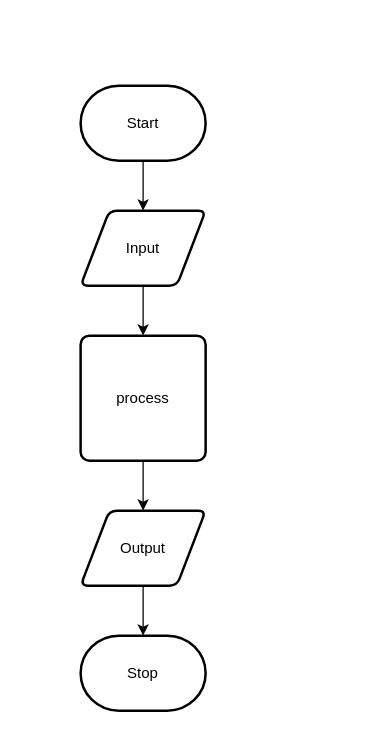
Chloe-Havel/ICS2O-Unit-5-06 keeps this draw.io diagram as design/flow-chart.drawio. Above is the earlier version. Source tidied: cells renumbered, new cells numbered last; positions are measured from the earlier drawing's top-left corner, leaving out a move shared by most shapes. Both pictures are drawn from the tidied source at 125%, with x=0, y=0 at pixel (80, 85).
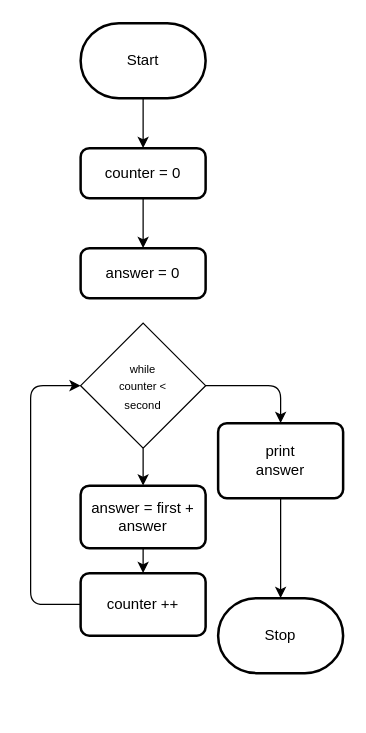
The same diagram, later.

Diff of the diagram source:
```diff
@@
 <mxGraphModel>
   <root>
     <mxCell id="0" />
     <mxCell id="1" parent="0" />
-    <mxCell id="2" style="edgeStyle=none;html=1;" parent="1" edge="1" source="3" target="5">
+    <mxCell id="2" style="edgeStyle=none;html=1;entryX=0.5;entryY=0;entryDx=0;entryDy=0;" parent="1" edge="1" source="3" target="19">
       <mxGeometry relative="1" as="geometry" />
     </mxCell>
     <mxCell id="3" value="Start" style="strokeWidth=2;html=1;shape=mxgraph.flowchart.terminator;whiteSpace=wrap;" parent="1" vertex="1">
-      <mxGeometry width="100" height="60" as="geometry" />
+      <mxGeometry y="-50" width="100" height="60" as="geometry" />
     </mxCell>
-    <mxCell id="4" style="edgeStyle=none;html=1;" parent="1" edge="1" source="5" target="7">
-      <mxGeometry relative="1" as="geometry" />
-    </mxCell>
-    <mxCell id="5" value="Input" style="shape=parallelogram;html=1;strokeWidth=2;perimeter=parallelogramPerimeter;whiteSpace=wrap;rounded=1;arcSize=12;size=0.23;" parent="1" vertex="1">
-      <mxGeometry y="100" width="100" height="60" as="geometry" />
-    </mxCell>
-    <mxCell id="6" style="edgeStyle=none;html=1;" parent="1" edge="1" source="7" target="9">
-      <mxGeometry relative="1" as="geometry" />
-    </mxCell>
-    <mxCell id="7" value="process" style="rounded=1;whiteSpace=wrap;html=1;absoluteArcSize=1;arcSize=14;strokeWidth=2;" parent="1" vertex="1">
-      <mxGeometry y="200" width="100" height="100" as="geometry" />
-    </mxCell>
-    <mxCell id="8" style="edgeStyle=none;html=1;" parent="1" edge="1" source="9" target="10">
-      <mxGeometry relative="1" as="geometry" />
-    </mxCell>
-    <mxCell id="9" value="Output" style="shape=parallelogram;html=1;strokeWidth=2;perimeter=parallelogramPerimeter;whiteSpace=wrap;rounded=1;arcSize=12;size=0.23;" parent="1" vertex="1">
-      <mxGeometry y="340" width="100" height="60" as="geometry" />
-    </mxCell>
     <mxCell id="10" value="Stop" style="strokeWidth=2;html=1;shape=mxgraph.flowchart.terminator;whiteSpace=wrap;" parent="1" vertex="1">
-      <mxGeometry y="440" width="100" height="60" as="geometry" />
+      <mxGeometry x="110" y="410" width="100" height="60" as="geometry" />
     </mxCell>
+    <mxCell id="11" style="edgeStyle=none;html=1;entryX=0.5;entryY=0;entryDx=0;entryDy=0;" parent="1" edge="1" source="13" target="15">
+      <mxGeometry relative="1" as="geometry" />
+    </mxCell>
+    <mxCell id="12" style="edgeStyle=none;html=1;entryX=0.5;entryY=0;entryDx=0;entryDy=0;" parent="1" edge="1" source="13" target="17">
+      <mxGeometry relative="1" as="geometry">
+        <Array as="points">
+          <mxPoint x="160" y="240" />
+        </Array>
+      </mxGeometry>
+    </mxCell>
+    <mxCell id="13" value="&lt;font style=&quot;font-size: 9px&quot;&gt;while&lt;br&gt;counter &amp;lt;&lt;br&gt;second&lt;br&gt;&lt;/font&gt;" style="rhombus;whiteSpace=wrap;html=1;" parent="1" vertex="1">
+      <mxGeometry y="190" width="100" height="100" as="geometry" />
+    </mxCell>
+    <mxCell id="14" style="edgeStyle=none;html=1;entryX=0.5;entryY=0;entryDx=0;entryDy=0;" parent="1" edge="1" source="15" target="22">
+      <mxGeometry relative="1" as="geometry" />
+    </mxCell>
+    <mxCell id="15" value="answer = first +&lt;br&gt;answer" style="rounded=1;whiteSpace=wrap;html=1;absoluteArcSize=1;arcSize=14;strokeWidth=2;" parent="1" vertex="1">
+      <mxGeometry y="320" width="100" height="50" as="geometry" />
+    </mxCell>
+    <mxCell id="16" style="edgeStyle=none;html=1;" parent="1" edge="1" source="17" target="10">
+      <mxGeometry relative="1" as="geometry" />
+    </mxCell>
+    <mxCell id="17" value="print&lt;br&gt;answer" style="rounded=1;whiteSpace=wrap;html=1;absoluteArcSize=1;arcSize=14;strokeWidth=2;" parent="1" vertex="1">
+      <mxGeometry x="110" y="270" width="100" height="60" as="geometry" />
+    </mxCell>
+    <mxCell id="18" style="edgeStyle=none;html=1;" parent="1" edge="1" source="19" target="20">
+      <mxGeometry relative="1" as="geometry" />
+    </mxCell>
+    <mxCell id="19" value="counter = 0" style="rounded=1;whiteSpace=wrap;html=1;absoluteArcSize=1;arcSize=14;strokeWidth=2;" parent="1" vertex="1">
+      <mxGeometry y="50" width="100" height="40" as="geometry" />
+    </mxCell>
+    <mxCell id="20" value="answer = 0" style="rounded=1;whiteSpace=wrap;html=1;absoluteArcSize=1;arcSize=14;strokeWidth=2;" parent="1" vertex="1">
+      <mxGeometry y="130" width="100" height="40" as="geometry" />
+    </mxCell>
+    <mxCell id="21" style="edgeStyle=none;html=1;entryX=0;entryY=0.5;entryDx=0;entryDy=0;" parent="1" edge="1" source="22" target="13">
+      <mxGeometry relative="1" as="geometry">
+        <Array as="points">
+          <mxPoint x="-40" y="415" />
+          <mxPoint x="-40" y="240" />
+        </Array>
+      </mxGeometry>
+    </mxCell>
+    <mxCell id="22" value="counter ++" style="rounded=1;whiteSpace=wrap;html=1;absoluteArcSize=1;arcSize=14;strokeWidth=2;" parent="1" vertex="1">
+      <mxGeometry y="390" width="100" height="50" as="geometry" />
+    </mxCell>
   </root>
 </mxGraphModel>
```
